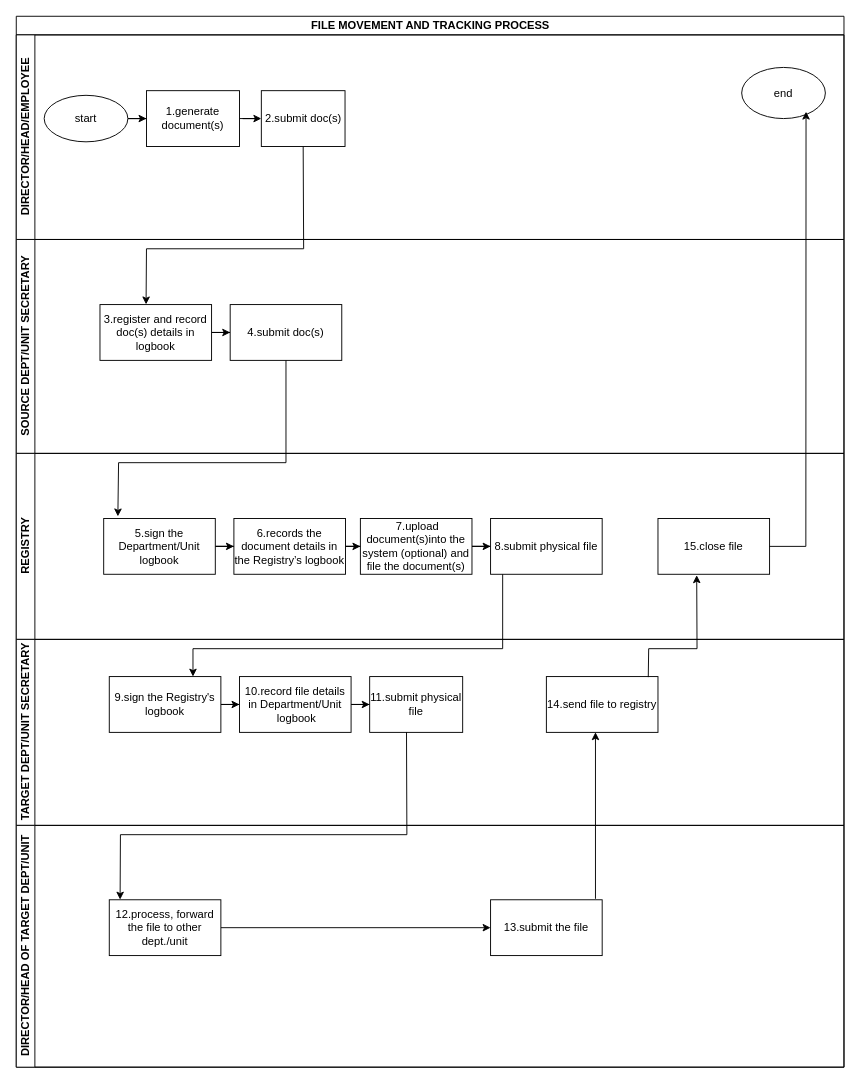
Above: page "file movent and trackng" (14 of 14) of wajibika/wajibika-sketches.drawio in MbalamulaS/tech-diagrams (draw.io), before the change. Source tidied: cells renumbered, new cells numbered last; positions are measured from the earlier drawing's top-left corner, leaving out a move shared by most shapes. Both pictures are drawn from the tidied source at 93%, with x=0, y=0 at pixel (16, 16).
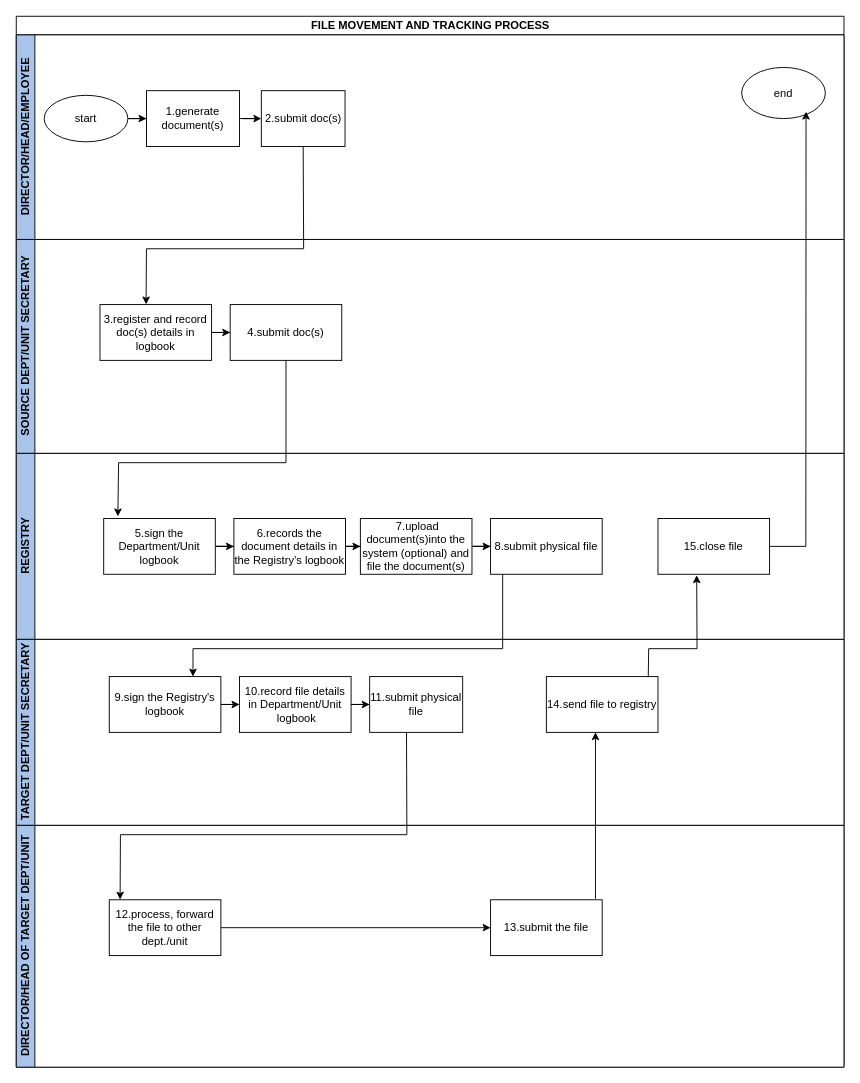
The same page after the edit.

Commit message:
Updated file movement and tracking

The change refers to these unchanged cells:
```xml
<mxCell id="2" value="FILE MOVEMENT AND TRACKING PROCESS" style="swimlane;horizontal=1;startSize=20;html=1;" parent="1" vertex="1">
  <mxGeometry width="890" height="1130" as="geometry" />
</mxCell>
```

Change to the diagram source:
```diff
@@
-    <mxCell id="3" value="DIRECTOR/HEAD/EMPLOYEE" style="swimlane;startSize=20;horizontal=0;html=1;" parent="2" vertex="1">
+    <mxCell id="3" value="DIRECTOR/HEAD/EMPLOYEE" style="swimlane;startSize=20;horizontal=0;html=1;swimlaneFillColor=default;fillColor=#A9C4EB;" parent="2" vertex="1">
       <mxGeometry y="20" width="890" height="220" as="geometry" />
     </mxCell>
@@
-    <mxCell id="10" value="SOURCE DEPT/UNIT SECRETARY" style="swimlane;startSize=20;horizontal=0;html=1;" parent="2" vertex="1">
+    <mxCell id="10" value="SOURCE DEPT/UNIT SECRETARY" style="swimlane;startSize=20;horizontal=0;html=1;swimlaneFillColor=default;fillColor=#A9C4EB;" parent="2" vertex="1">
       <mxGeometry y="240" width="890" height="230" as="geometry" />
     </mxCell>
@@
-    <mxCell id="14" value="REGISTRY" style="swimlane;startSize=20;horizontal=0;html=1;" parent="2" vertex="1">
+    <mxCell id="14" value="REGISTRY" style="swimlane;startSize=20;horizontal=0;html=1;swimlaneFillColor=default;fillColor=#A9C4EB;" parent="2" vertex="1">
       <mxGeometry y="470" width="890" height="200" as="geometry" />
     </mxCell>
@@
-    <mxCell id="23" value="TARGET DEPT/UNIT SECRETARY" style="swimlane;startSize=20;horizontal=0;html=1;" parent="2" vertex="1">
+    <mxCell id="23" value="TARGET DEPT/UNIT SECRETARY" style="swimlane;startSize=20;horizontal=0;html=1;swimlaneFillColor=default;fillColor=#A9C4EB;" parent="2" vertex="1">
       <mxGeometry y="670" width="890" height="200" as="geometry" />
     </mxCell>
@@
-    <mxCell id="30" value="DIRECTOR/HEAD OF TARGET DEPT/UNIT" style="swimlane;startSize=20;horizontal=0;html=1;" parent="2" vertex="1">
+    <mxCell id="30" value="DIRECTOR/HEAD OF TARGET DEPT/UNIT" style="swimlane;startSize=20;horizontal=0;html=1;swimlaneFillColor=default;fillColor=#A9C4EB;" parent="2" vertex="1">
       <mxGeometry y="870" width="890" height="260" as="geometry" />
     </mxCell>
```
